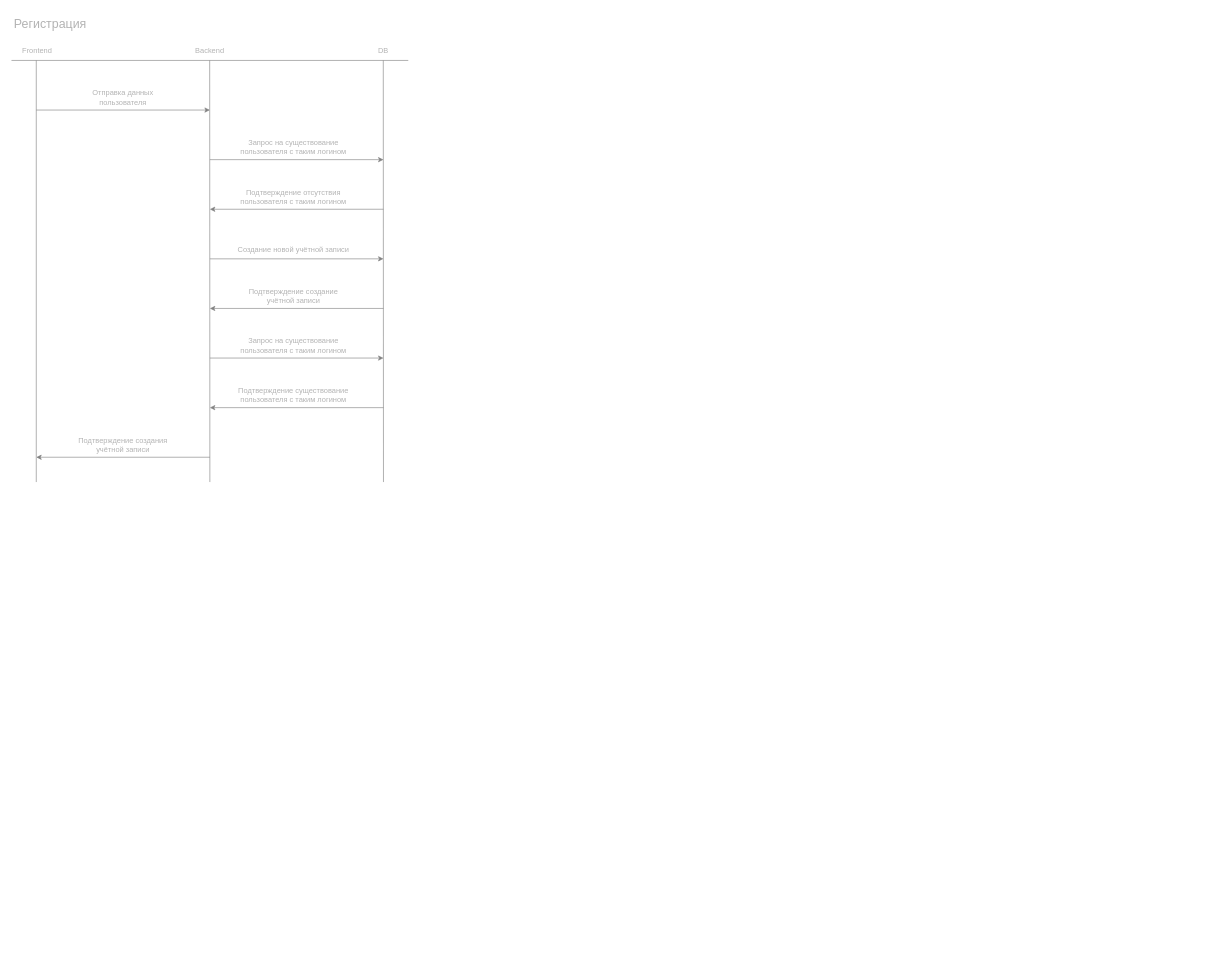
Above: docs/v_0_1_0/components.drawio in DmitryGalich/offline_project (draw.io), before the change. Source tidied: cells renumbered, new cells numbered last; positions are measured from the earlier drawing's top-left corner, leaving out a move shared by most shapes. Both pictures are drawn from the tidied source at 62%, with x=0, y=0 at pixel (11, 11).
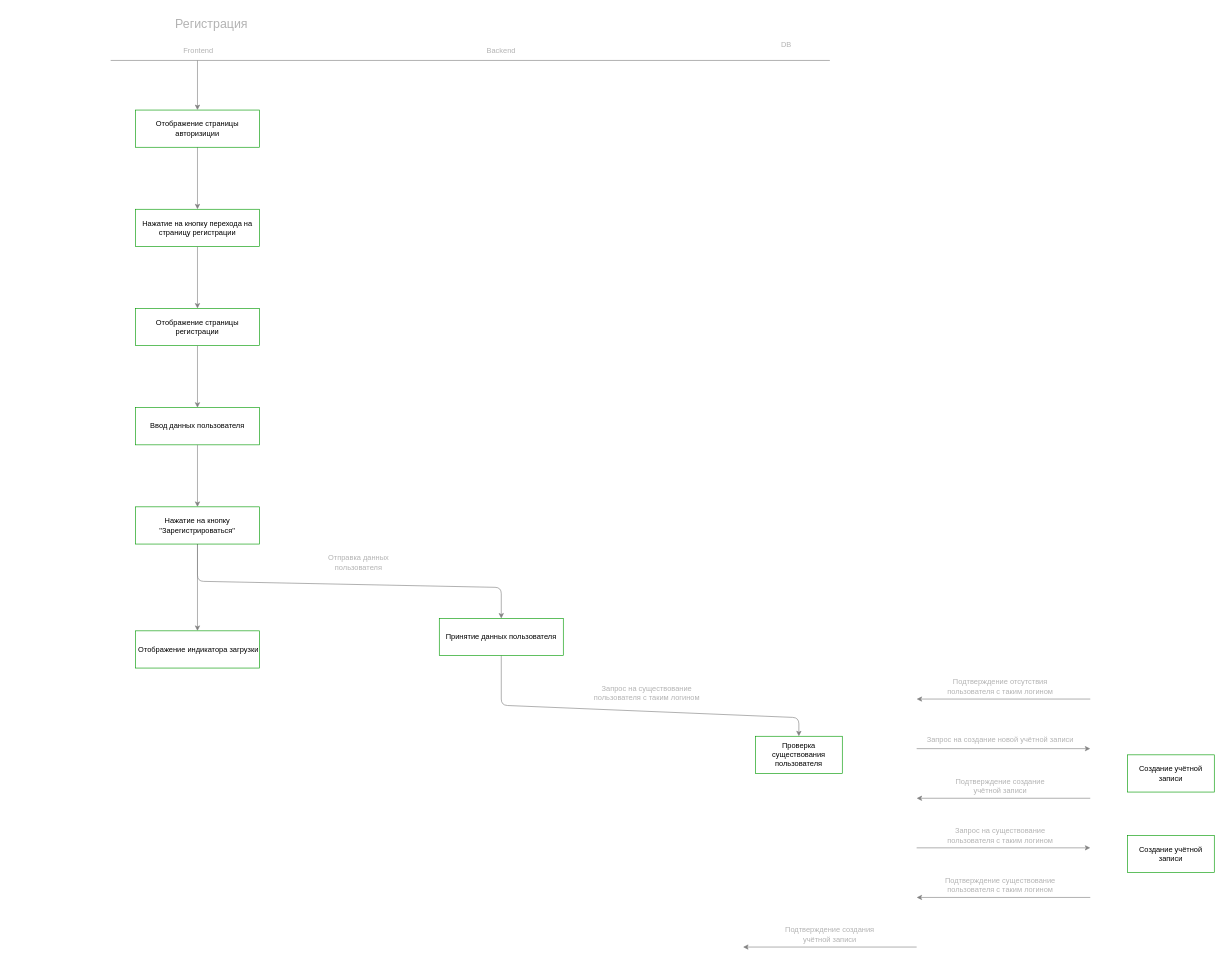
The same page after the edit.

Change to the diagram source:
```diff
@@
     <mxCell id="2" value="&amp;nbsp;Frontend" style="text;html=1;strokeColor=none;fillColor=none;align=center;verticalAlign=middle;whiteSpace=wrap;rounded=0;labelBackgroundColor=none;fontSize=12;fontColor=#B3B3B3;" parent="1" vertex="1">
-      <mxGeometry x="10" y="50" width="60" height="30" as="geometry" />
+      <mxGeometry x="270" y="50" width="60" height="30" as="geometry" />
     </mxCell>
     <mxCell id="3" value="Backend" style="text;html=1;strokeColor=none;fillColor=none;align=center;verticalAlign=middle;whiteSpace=wrap;rounded=0;labelBackgroundColor=none;fontSize=12;fontColor=#B3B3B3;" parent="1" vertex="1">
-      <mxGeometry x="290" y="50" width="60" height="30" as="geometry" />
+      <mxGeometry x="760" y="50" width="60" height="30" as="geometry" />
     </mxCell>
     <mxCell id="4" value="DB" style="text;html=1;strokeColor=none;fillColor=none;align=center;verticalAlign=middle;whiteSpace=wrap;rounded=0;labelBackgroundColor=none;fontSize=12;fontColor=#B3B3B3;" parent="1" vertex="1">
-      <mxGeometry x="570" y="50" width="60" height="30" as="geometry" />
+      <mxGeometry x="1220" y="40" width="60" height="30" as="geometry" />
     </mxCell>
     <mxCell id="5" style="endArrow=none;html=1;labelBackgroundColor=none;strokeColor=#808080;fontSize=12;fontColor=#B3B3B3;" parent="1" edge="1">
       <mxGeometry relative="1" as="geometry">
-        <mxPoint y="80" as="sourcePoint" />
-        <mxPoint x="640" y="80" as="targetPoint" />
+        <mxPoint x="160" y="80" as="sourcePoint" />
+        <mxPoint x="1320" y="80" as="targetPoint" />
       </mxGeometry>
     </mxCell>
     <mxCell id="6" value="&lt;font style=&quot;font-size: 20px;&quot;&gt;&amp;nbsp;Регистрация&lt;/font&gt;" style="text;html=1;strokeColor=none;fillColor=none;align=center;verticalAlign=middle;whiteSpace=wrap;rounded=0;labelBackgroundColor=none;fontSize=12;fontColor=#B3B3B3;" parent="1" vertex="1">
-      <mxGeometry width="120" height="40" as="geometry" />
+      <mxGeometry x="260" width="120" height="40" as="geometry" />
     </mxCell>
-    <mxCell id="7" style="endArrow=none;html=1;labelBackgroundColor=none;strokeColor=#808080;fontSize=20;fontColor=#B3B3B3;" parent="1" edge="1">
-      <mxGeometry relative="1" as="geometry">
-        <mxPoint x="40" y="80" as="sourcePoint" />
-        <mxPoint x="40" y="760" as="targetPoint" />
-      </mxGeometry>
-    </mxCell>
-    <mxCell id="8" style="endArrow=none;html=1;labelBackgroundColor=none;strokeColor=#808080;fontSize=20;fontColor=#B3B3B3;" parent="1" edge="1">
-      <mxGeometry relative="1" as="geometry">
-        <mxPoint x="319.7" y="80" as="sourcePoint" />
-        <mxPoint x="320" y="760" as="targetPoint" />
-      </mxGeometry>
-    </mxCell>
-    <mxCell id="9" style="endArrow=none;html=1;labelBackgroundColor=none;strokeColor=#808080;fontSize=20;fontColor=#B3B3B3;" parent="1" edge="1">
-      <mxGeometry relative="1" as="geometry">
-        <mxPoint x="599.7" y="80" as="sourcePoint" />
-        <mxPoint x="600" y="760" as="targetPoint" />
-      </mxGeometry>
-    </mxCell>
-    <mxCell id="10" style="endArrow=classic;html=1;labelBackgroundColor=none;strokeColor=#808080;fontSize=12;fontColor=#B3B3B3;" parent="1" edge="1">
+    <mxCell id="10" style="endArrow=classic;html=1;labelBackgroundColor=none;strokeColor=#808080;fontSize=12;fontColor=#B3B3B3;entryX=0.5;entryY=0;entryDx=0;entryDy=0;exitX=0.5;exitY=1;exitDx=0;exitDy=0;" parent="1" edge="1" source="36" target="40">
       <mxGeometry relative="1" as="geometry">
-        <mxPoint x="40" y="160" as="sourcePoint" />
-        <mxPoint x="320" y="160" as="targetPoint" />
+        <Array as="points">
+          <mxPoint x="300" y="920" />
+          <mxPoint x="790" y="930" />
+        </Array>
       </mxGeometry>
     </mxCell>
     <mxCell id="11" value="Отправка данных пользователя" style="text;html=1;strokeColor=none;fillColor=none;align=center;verticalAlign=middle;whiteSpace=wrap;rounded=0;labelBackgroundColor=none;fontSize=12;fontColor=#B3B3B3;" parent="1" vertex="1">
-      <mxGeometry x="120" y="120" width="120" height="40" as="geometry" />
+      <mxGeometry x="500" y="870" width="120" height="40" as="geometry" />
     </mxCell>
-    <mxCell id="12" style="endArrow=classic;html=1;labelBackgroundColor=none;strokeColor=#808080;fontSize=12;fontColor=#B3B3B3;" parent="1" edge="1">
+    <mxCell id="12" style="endArrow=classic;html=1;labelBackgroundColor=none;strokeColor=#808080;fontSize=12;fontColor=#B3B3B3;exitX=0.5;exitY=1;exitDx=0;exitDy=0;entryX=0.5;entryY=0;entryDx=0;entryDy=0;" parent="1" edge="1" source="40" target="29">
       <mxGeometry relative="1" as="geometry">
-        <mxPoint x="320" y="240" as="sourcePoint" />
-        <mxPoint x="600" y="240" as="targetPoint" />
+        <Array as="points">
+          <mxPoint x="790" y="1120" />
+          <mxPoint x="1270" y="1140" />
+        </Array>
       </mxGeometry>
     </mxCell>
     <mxCell id="13" value="Запрос на существование пользователя с таким логином" style="text;html=1;strokeColor=none;fillColor=none;align=center;verticalAlign=middle;whiteSpace=wrap;rounded=0;labelBackgroundColor=none;fontSize=12;fontColor=#B3B3B3;" parent="1" vertex="1">
-      <mxGeometry x="360" y="200" width="190" height="40" as="geometry" />
+      <mxGeometry x="930" y="1080" width="190" height="40" as="geometry" />
     </mxCell>
     <mxCell id="14" style="endArrow=classic;html=1;labelBackgroundColor=none;strokeColor=#808080;fontSize=12;fontColor=#B3B3B3;" parent="1" edge="1">
       <mxGeometry relative="1" as="geometry">
-        <mxPoint x="600" y="320" as="sourcePoint" />
-        <mxPoint x="320" y="320" as="targetPoint" />
+        <mxPoint x="1740" y="1110" as="sourcePoint" />
+        <mxPoint x="1460" y="1110" as="targetPoint" />
       </mxGeometry>
     </mxCell>
     <mxCell id="15" value="Подтверждение отсутствия пользователя с таким логином" style="text;html=1;strokeColor=none;fillColor=none;align=center;verticalAlign=middle;whiteSpace=wrap;rounded=0;labelBackgroundColor=none;fontSize=12;fontColor=#B3B3B3;" parent="1" vertex="1">
-      <mxGeometry x="360" y="280" width="190" height="40" as="geometry" />
+      <mxGeometry x="1500" y="1070" width="190" height="40" as="geometry" />
     </mxCell>
     <mxCell id="16" style="endArrow=classic;html=1;labelBackgroundColor=none;strokeColor=#808080;fontSize=12;fontColor=#B3B3B3;" parent="1" edge="1">
       <mxGeometry relative="1" as="geometry">
-        <mxPoint x="320" y="400" as="sourcePoint" />
-        <mxPoint x="600" y="400" as="targetPoint" />
+        <mxPoint x="1460" y="1190" as="sourcePoint" />
+        <mxPoint x="1740" y="1190" as="targetPoint" />
       </mxGeometry>
     </mxCell>
-    <mxCell id="17" value="Создание новой учётной записи" style="text;html=1;strokeColor=none;fillColor=none;align=center;verticalAlign=middle;whiteSpace=wrap;rounded=0;labelBackgroundColor=none;fontSize=12;fontColor=#B3B3B3;" parent="1" vertex="1">
-      <mxGeometry x="360" y="370" width="190" height="30" as="geometry" />
+    <mxCell id="17" value="Запрос на создание новой учётной записи" style="text;html=1;strokeColor=none;fillColor=none;align=center;verticalAlign=middle;whiteSpace=wrap;rounded=0;labelBackgroundColor=none;fontSize=12;fontColor=#B3B3B3;" parent="1" vertex="1">
+      <mxGeometry x="1465" y="1160" width="260" height="30" as="geometry" />
     </mxCell>
     <mxCell id="18" style="endArrow=classic;html=1;labelBackgroundColor=none;strokeColor=#808080;fontSize=12;fontColor=#B3B3B3;" parent="1" edge="1">
       <mxGeometry relative="1" as="geometry">
-        <mxPoint x="600" y="480" as="sourcePoint" />
-        <mxPoint x="320" y="480" as="targetPoint" />
+        <mxPoint x="1740" y="1270" as="sourcePoint" />
+        <mxPoint x="1460" y="1270" as="targetPoint" />
       </mxGeometry>
     </mxCell>
     <mxCell id="19" value="Подтверждение создание учётной записи" style="text;html=1;strokeColor=none;fillColor=none;align=center;verticalAlign=middle;whiteSpace=wrap;rounded=0;labelBackgroundColor=none;fontSize=12;fontColor=#B3B3B3;" parent="1" vertex="1">
-      <mxGeometry x="360" y="440" width="190" height="40" as="geometry" />
+      <mxGeometry x="1500" y="1230" width="190" height="40" as="geometry" />
     </mxCell>
     <mxCell id="20" style="endArrow=classic;html=1;labelBackgroundColor=none;strokeColor=#808080;fontSize=12;fontColor=#B3B3B3;" parent="1" edge="1">
       <mxGeometry relative="1" as="geometry">
-        <mxPoint x="320" y="720" as="sourcePoint" />
-        <mxPoint x="40" y="720" as="targetPoint" />
+        <mxPoint x="1460" y="1510" as="sourcePoint" />
+        <mxPoint x="1180" y="1510" as="targetPoint" />
       </mxGeometry>
     </mxCell>
     <mxCell id="21" style="endArrow=classic;html=1;labelBackgroundColor=none;strokeColor=#808080;fontSize=12;fontColor=#B3B3B3;" parent="1" edge="1">
       <mxGeometry relative="1" as="geometry">
-        <mxPoint x="320" y="560" as="sourcePoint" />
-        <mxPoint x="600" y="560" as="targetPoint" />
+        <mxPoint x="1460" y="1350" as="sourcePoint" />
+        <mxPoint x="1740" y="1350" as="targetPoint" />
       </mxGeometry>
     </mxCell>
     <mxCell id="22" value="Запрос на существование пользователя с таким логином" style="text;html=1;strokeColor=none;fillColor=none;align=center;verticalAlign=middle;whiteSpace=wrap;rounded=0;labelBackgroundColor=none;fontSize=12;fontColor=#B3B3B3;" parent="1" vertex="1">
-      <mxGeometry x="360" y="520" width="190" height="40" as="geometry" />
+      <mxGeometry x="1500" y="1310" width="190" height="40" as="geometry" />
     </mxCell>
     <mxCell id="23" style="endArrow=classic;html=1;labelBackgroundColor=none;strokeColor=#808080;fontSize=12;fontColor=#B3B3B3;" parent="1" edge="1">
       <mxGeometry relative="1" as="geometry">
-        <mxPoint x="600" y="640" as="sourcePoint" />
-        <mxPoint x="320" y="640" as="targetPoint" />
+        <mxPoint x="1740" y="1430" as="sourcePoint" />
+        <mxPoint x="1460" y="1430" as="targetPoint" />
       </mxGeometry>
     </mxCell>
     <mxCell id="24" value="Подтверждение существование пользователя с таким логином" style="text;html=1;strokeColor=none;fillColor=none;align=center;verticalAlign=middle;whiteSpace=wrap;rounded=0;labelBackgroundColor=none;fontSize=12;fontColor=#B3B3B3;" parent="1" vertex="1">
-      <mxGeometry x="360" y="600" width="190" height="40" as="geometry" />
+      <mxGeometry x="1500" y="1390" width="190" height="40" as="geometry" />
     </mxCell>
     <mxCell id="25" value="Подтверждение создания учётной записи" style="text;html=1;strokeColor=none;fillColor=none;align=center;verticalAlign=middle;whiteSpace=wrap;rounded=0;labelBackgroundColor=none;fontSize=12;fontColor=#B3B3B3;" parent="1" vertex="1">
-      <mxGeometry x="85" y="680" width="190" height="40" as="geometry" />
+      <mxGeometry x="1225" y="1470" width="190" height="40" as="geometry" />
     </mxCell>
+    <mxCell id="26" style="edgeStyle=none;html=1;exitX=0.5;exitY=1;exitDx=0;exitDy=0;entryX=0.5;entryY=0;entryDx=0;entryDy=0;labelBackgroundColor=none;strokeColor=#808080;fontSize=12;fontColor=#B3B3B3;" parent="1" edge="1" source="27" target="28">
+      <mxGeometry relative="1" as="geometry" />
+    </mxCell>
+    <mxCell id="27" value="Отображение страницы авторизиции" style="rounded=0;whiteSpace=wrap;html=1;labelBackgroundColor=none;fontSize=12;fillColor=none;strokeColor=#009900;" parent="1" vertex="1">
+      <mxGeometry x="200" y="160" width="200" height="60" as="geometry" />
+    </mxCell>
+    <mxCell id="28" value="Нажатие на кнопку перехода на страницу регистрации" style="rounded=0;whiteSpace=wrap;html=1;labelBackgroundColor=none;fontSize=12;fillColor=none;strokeColor=#009900;" parent="1" vertex="1">
+      <mxGeometry x="200" y="320" width="200" height="60" as="geometry" />
+    </mxCell>
+    <mxCell id="29" value="Проверка существования пользователя" style="rounded=0;whiteSpace=wrap;html=1;labelBackgroundColor=none;fontSize=12;fillColor=none;strokeColor=#009900;" parent="1" vertex="1">
+      <mxGeometry x="1200" y="1170" width="140" height="60" as="geometry" />
+    </mxCell>
+    <mxCell id="30" value="Создание учётной записи" style="rounded=0;whiteSpace=wrap;html=1;labelBackgroundColor=none;fontSize=12;fillColor=none;strokeColor=#009900;" parent="1" vertex="1">
+      <mxGeometry x="1800" y="1200" width="140" height="60" as="geometry" />
+    </mxCell>
+    <mxCell id="31" value="Создание учётной записи" style="rounded=0;whiteSpace=wrap;html=1;labelBackgroundColor=none;fontSize=12;fillColor=none;strokeColor=#009900;" parent="1" vertex="1">
+      <mxGeometry x="1800" y="1330" width="140" height="60" as="geometry" />
+    </mxCell>
+    <mxCell id="32" style="edgeStyle=none;html=1;entryX=0.5;entryY=0;entryDx=0;entryDy=0;labelBackgroundColor=none;strokeColor=#808080;fontSize=12;fontColor=#B3B3B3;" parent="1" edge="1" target="27">
+      <mxGeometry relative="1" as="geometry">
+        <mxPoint x="300" y="80" as="sourcePoint" />
+      </mxGeometry>
+    </mxCell>
+    <mxCell id="33" value="Ввод данных пользователя" style="rounded=0;whiteSpace=wrap;html=1;labelBackgroundColor=none;fontSize=12;fillColor=none;strokeColor=#009900;" parent="1" vertex="1">
+      <mxGeometry x="200" y="640" width="200" height="60" as="geometry" />
+    </mxCell>
+    <mxCell id="34" style="edgeStyle=none;html=1;entryX=0.5;entryY=0;entryDx=0;entryDy=0;labelBackgroundColor=none;strokeColor=#808080;fontSize=12;fontColor=#B3B3B3;exitX=0.5;exitY=1;exitDx=0;exitDy=0;" parent="1" edge="1" source="33" target="36">
+      <mxGeometry relative="1" as="geometry" />
+    </mxCell>
+    <mxCell id="35" style="edgeStyle=none;html=1;exitX=0.5;exitY=1;exitDx=0;exitDy=0;labelBackgroundColor=none;strokeColor=#808080;fontSize=12;fontColor=#B3B3B3;entryX=0.5;entryY=0;entryDx=0;entryDy=0;" parent="1" edge="1" source="36" target="41">
+      <mxGeometry relative="1" as="geometry" />
+    </mxCell>
+    <mxCell id="36" value="Нажатие на кнопку &quot;Зарегистрироваться&quot;" style="rounded=0;whiteSpace=wrap;html=1;labelBackgroundColor=none;fontSize=12;fillColor=none;strokeColor=#009900;" parent="1" vertex="1">
+      <mxGeometry x="200" y="800" width="200" height="60" as="geometry" />
+    </mxCell>
+    <mxCell id="37" value="Отображение страницы регистрации" style="rounded=0;whiteSpace=wrap;html=1;labelBackgroundColor=none;fontSize=12;fillColor=none;strokeColor=#009900;" parent="1" vertex="1">
+      <mxGeometry x="200" y="480" width="200" height="60" as="geometry" />
+    </mxCell>
+    <mxCell id="38" style="edgeStyle=none;html=1;exitX=0.5;exitY=1;exitDx=0;exitDy=0;labelBackgroundColor=none;strokeColor=#808080;fontSize=12;fontColor=#B3B3B3;" parent="1" edge="1" source="28">
+      <mxGeometry relative="1" as="geometry">
+        <mxPoint x="300" y="480" as="targetPoint" />
+      </mxGeometry>
+    </mxCell>
+    <mxCell id="39" style="edgeStyle=none;html=1;exitX=0.5;exitY=1;exitDx=0;exitDy=0;labelBackgroundColor=none;strokeColor=#808080;fontSize=12;fontColor=#B3B3B3;entryX=0.5;entryY=0;entryDx=0;entryDy=0;" parent="1" edge="1" source="37" target="33">
+      <mxGeometry relative="1" as="geometry" />
+    </mxCell>
+    <mxCell id="40" value="Принятие данных пользователя" style="rounded=0;whiteSpace=wrap;html=1;labelBackgroundColor=none;fontSize=12;fillColor=none;strokeColor=#009900;" parent="1" vertex="1">
+      <mxGeometry x="690" y="980" width="200" height="60" as="geometry" />
+    </mxCell>
+    <mxCell id="41" value="&amp;nbsp;Отображение индикатора загрузки" style="rounded=0;whiteSpace=wrap;html=1;labelBackgroundColor=none;fontSize=12;fillColor=none;strokeColor=#009900;" parent="1" vertex="1">
+      <mxGeometry x="200" y="1000" width="200" height="60" as="geometry" />
+    </mxCell>
```
